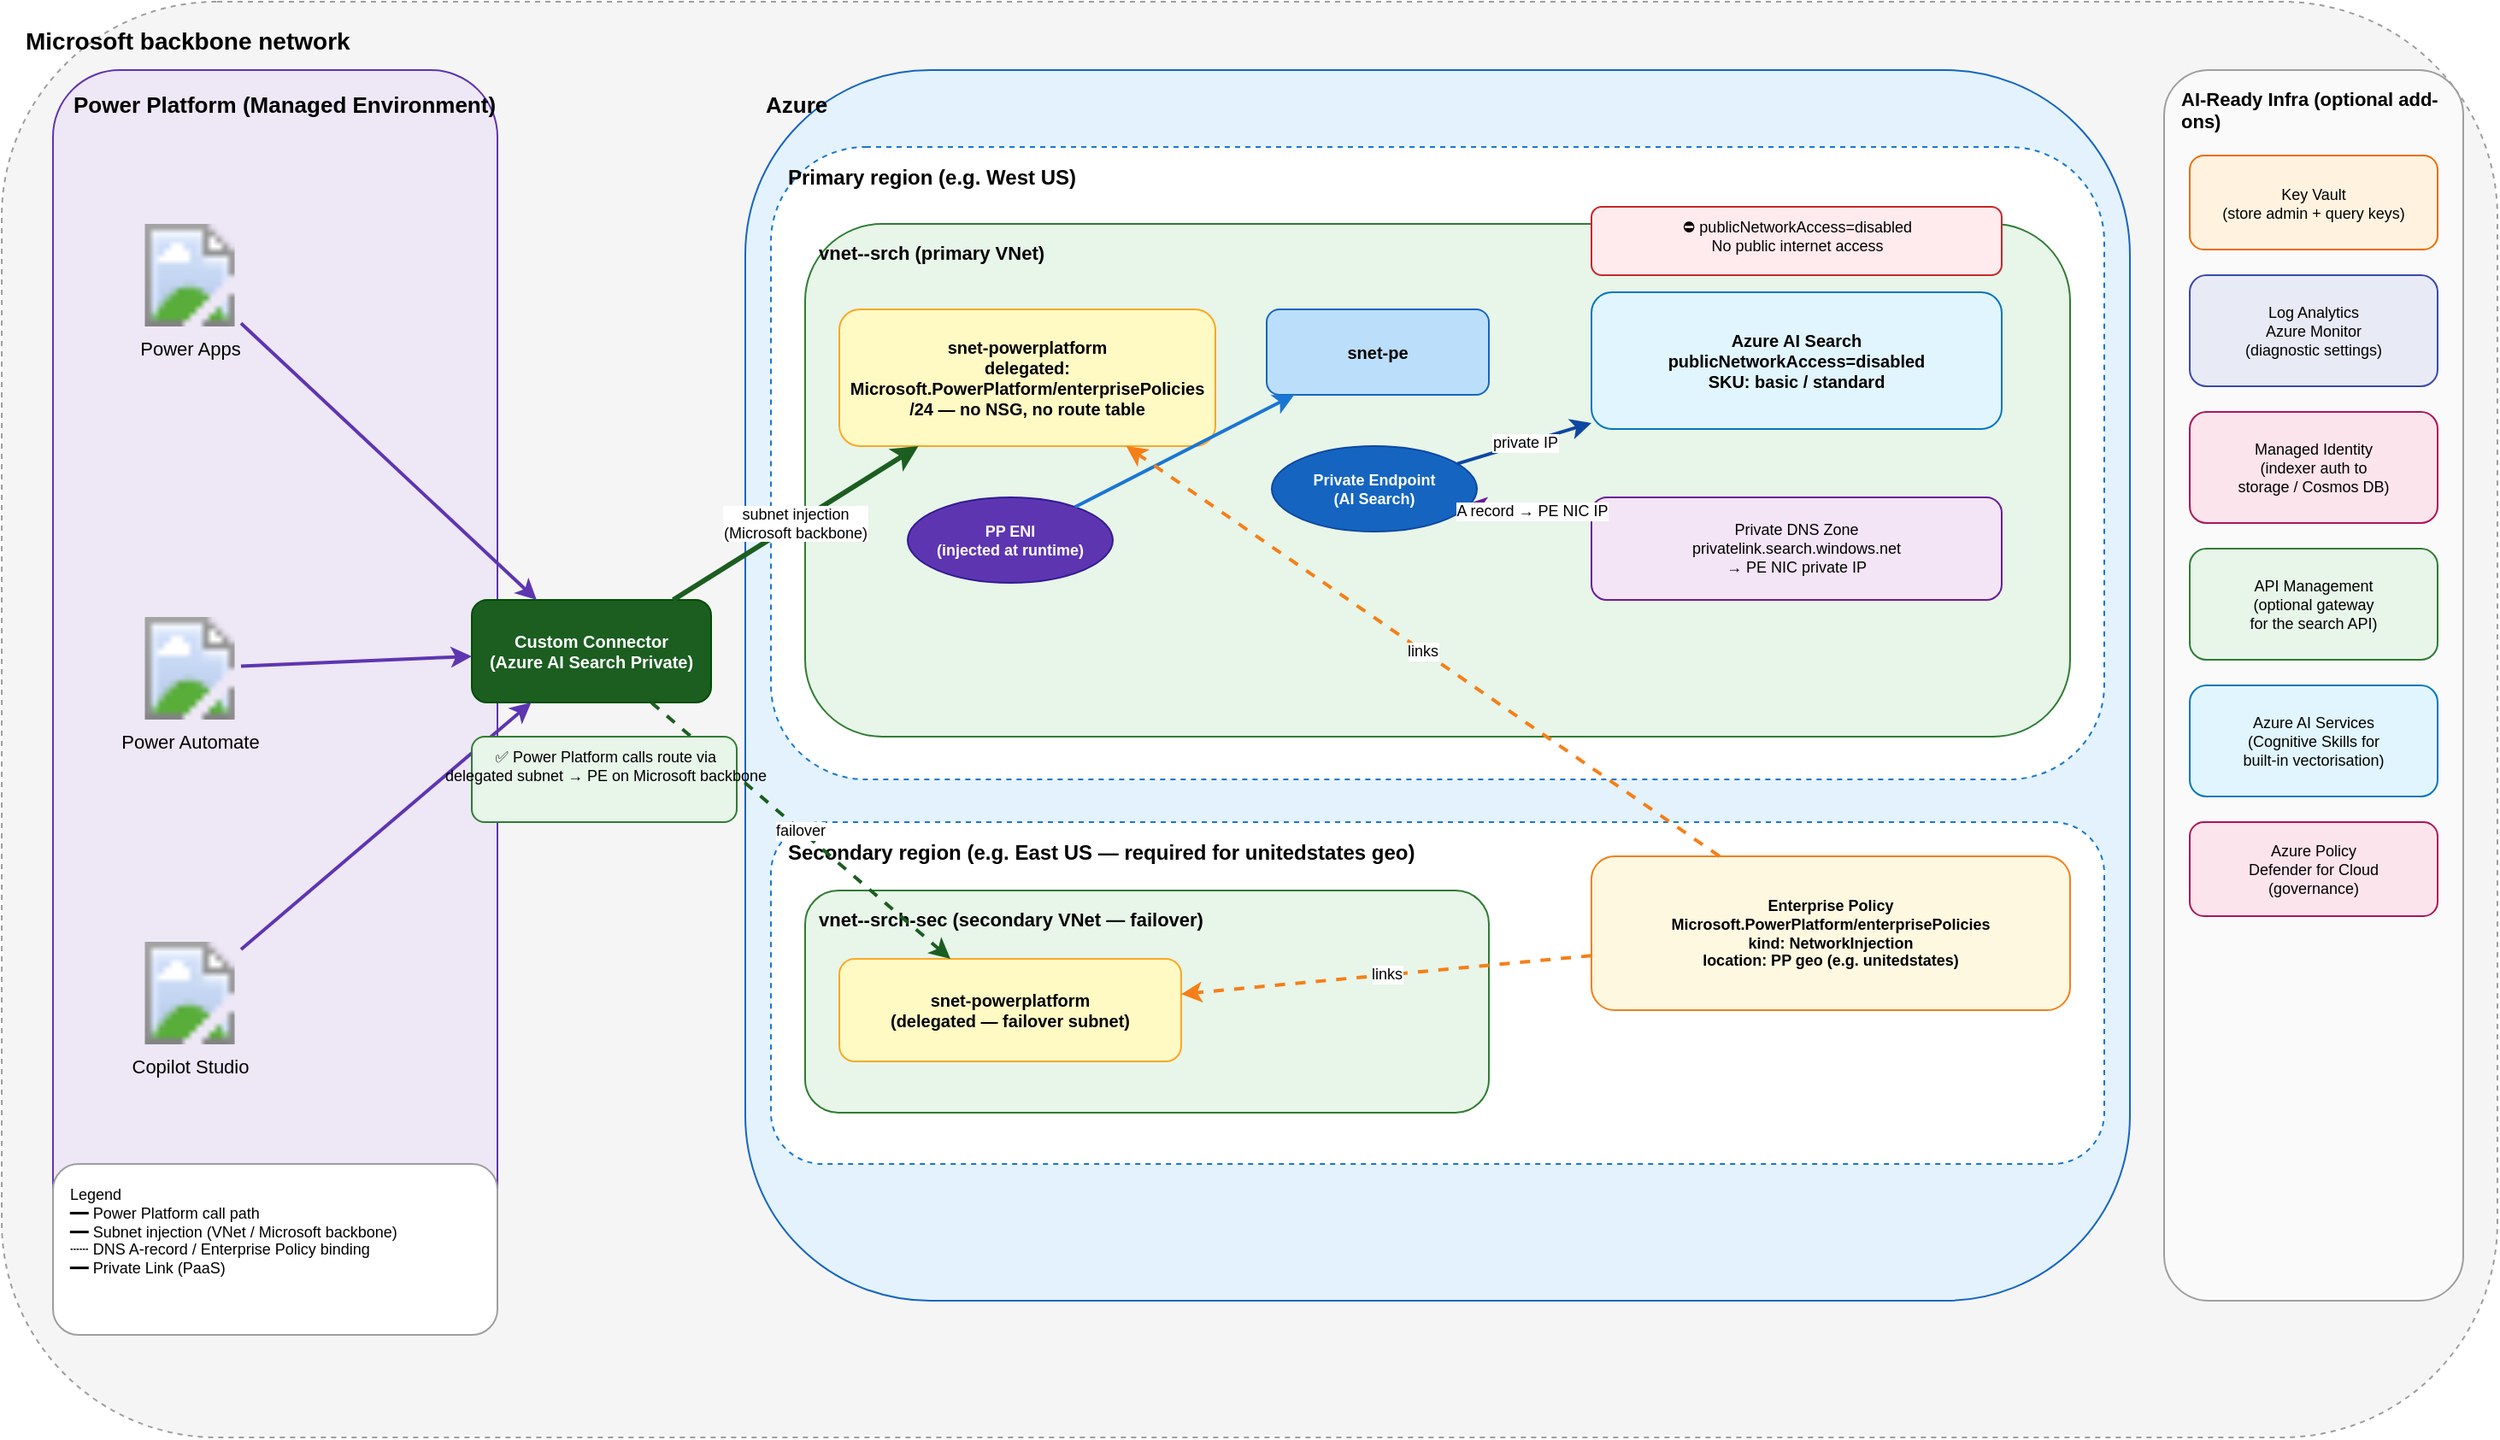
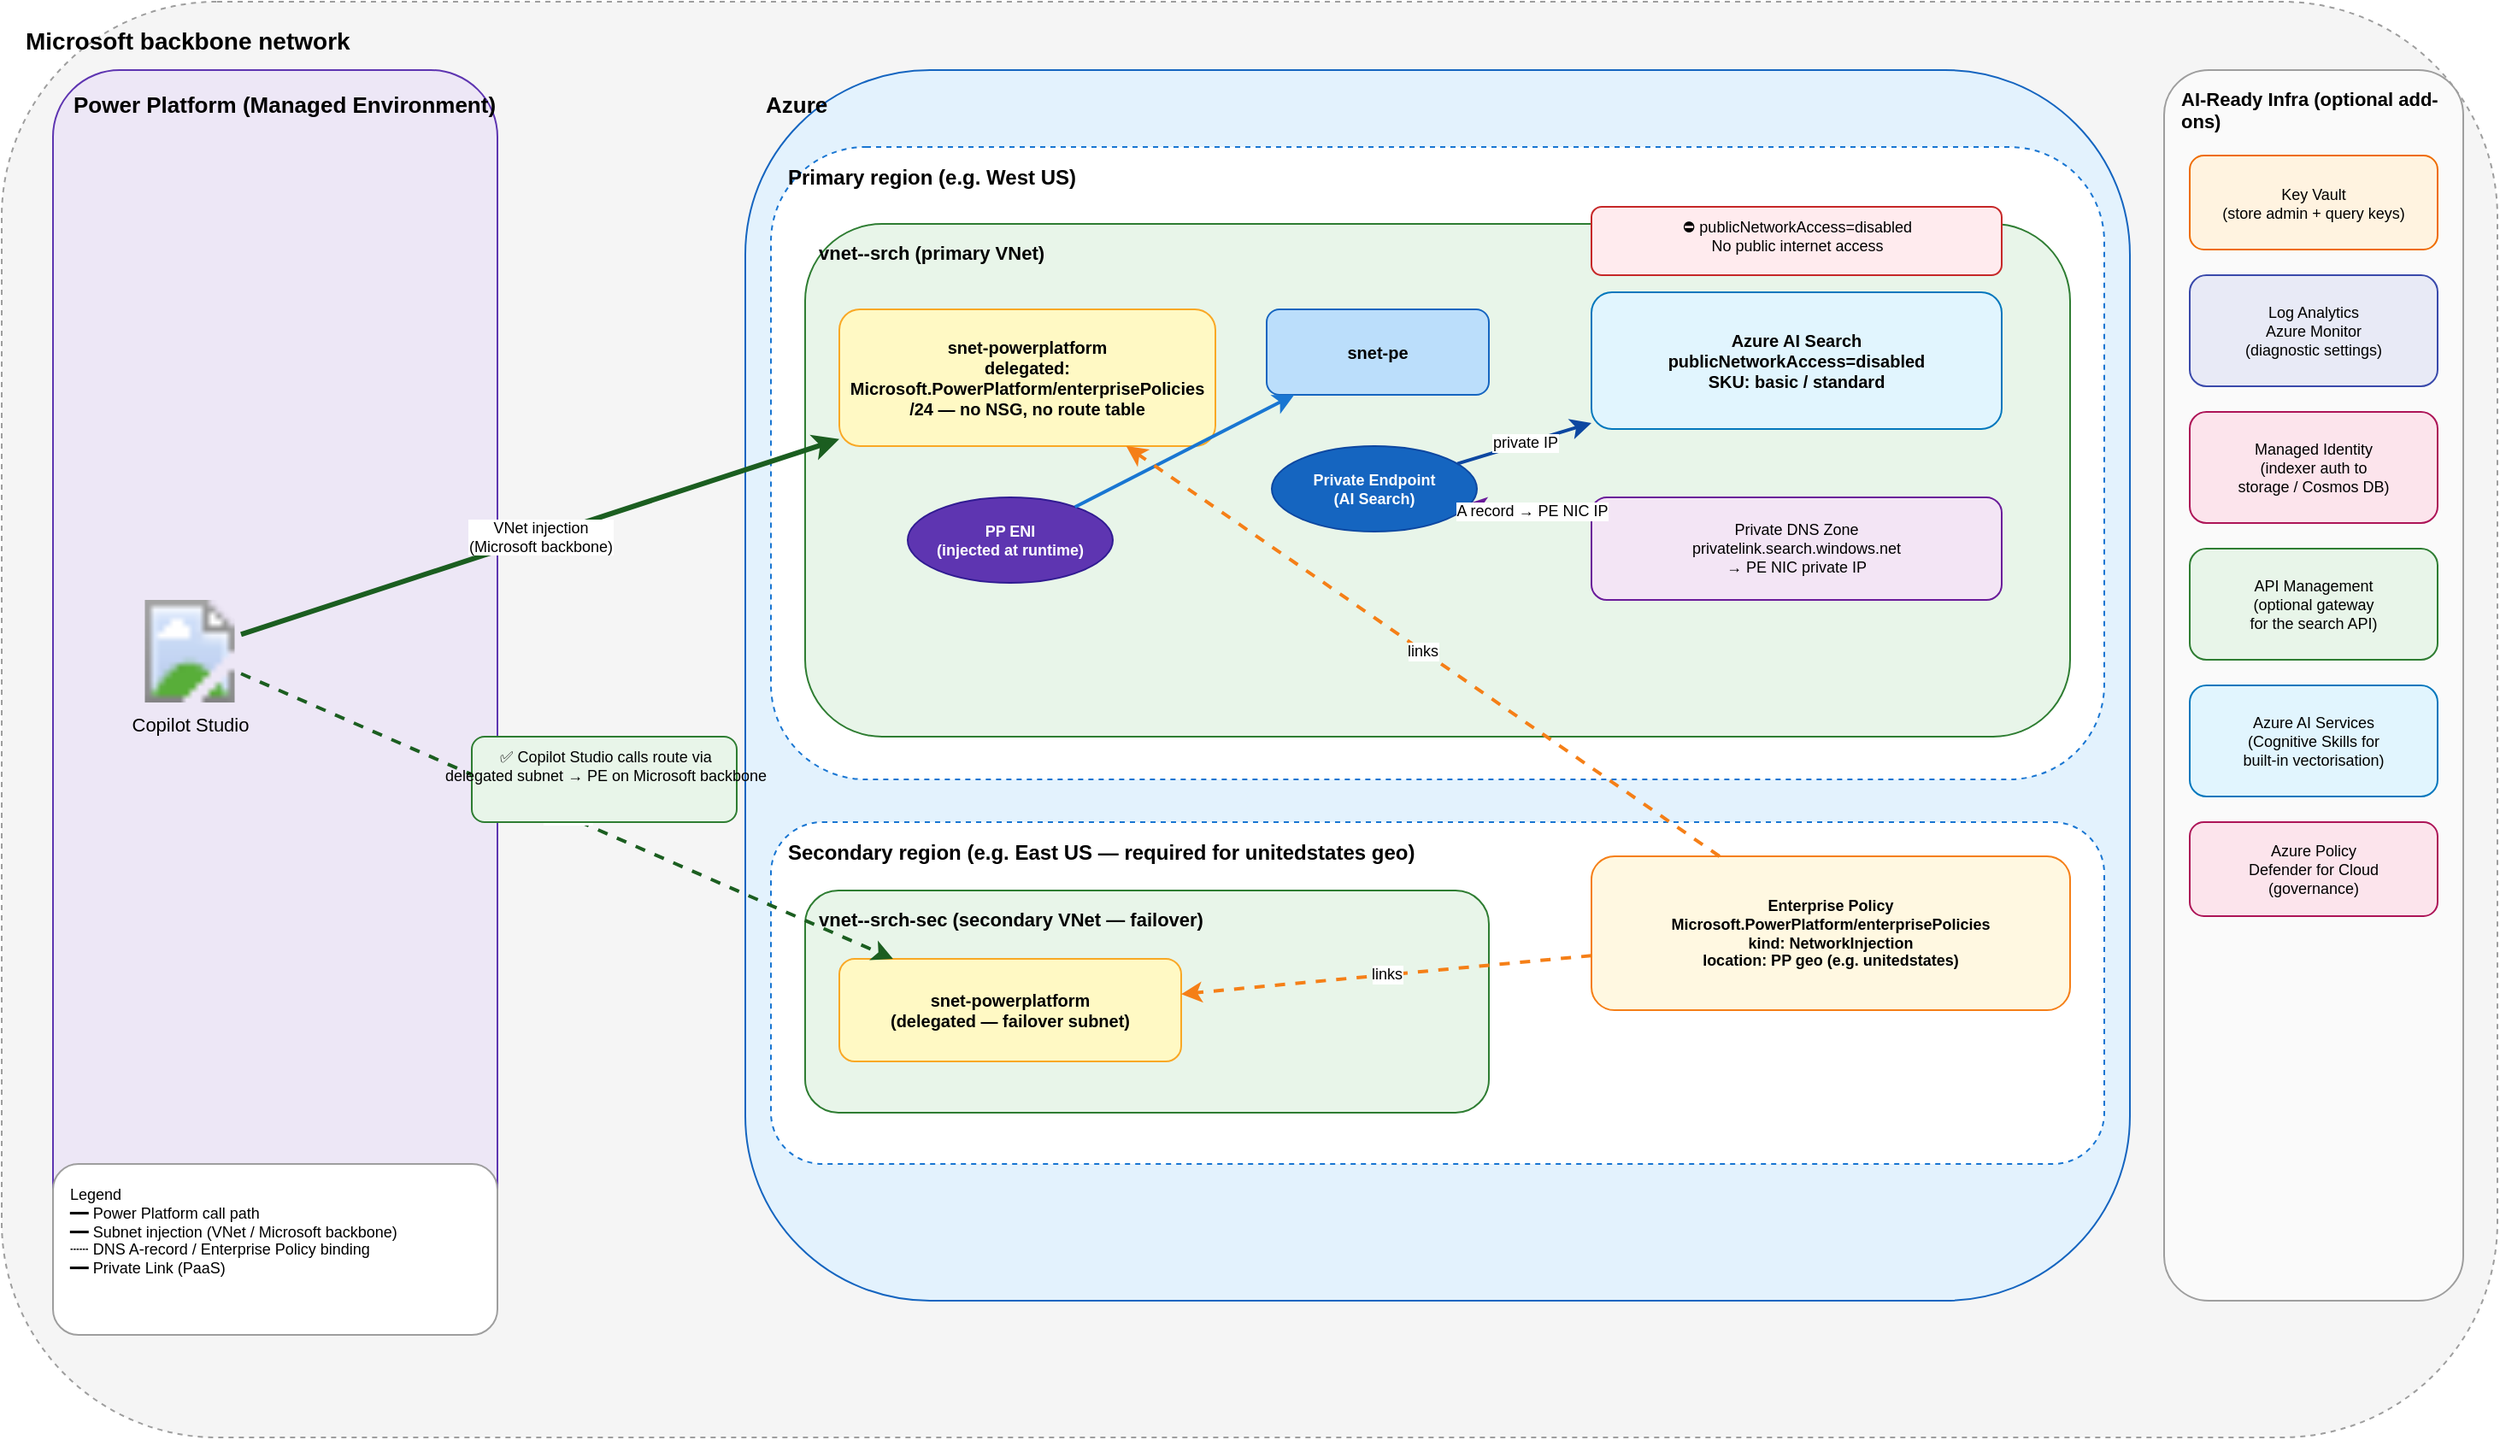
<mxfile host="app.diagrams.net" modified="2026-05-08T00:00:00.000Z" agent="copilot" version="24.0.0">
  <diagram id="aisearch-pe-pp" name="AISearch-PE-PowerPlatform">
    <mxGraphModel dx="1600" dy="900" grid="1" gridSize="10" guides="1" tooltips="1" connect="1" arrows="1" fold="1" page="1" pageScale="1" pageWidth="1500" pageHeight="900" math="0" shadow="0">
      <root>
        <mxCell id="0" />
        <mxCell id="1" parent="0" />

        <!-- ============ Outer frame: Microsoft backbone ============ -->
        <mxCell id="backbone" value="Microsoft backbone network" style="rounded=1;whiteSpace=wrap;html=1;fillColor=#F5F5F5;strokeColor=#9E9E9E;dashed=1;fontSize=14;fontStyle=1;align=left;verticalAlign=top;spacingLeft=12;spacingTop=8;" vertex="1" parent="1">
          <mxGeometry x="20" y="20" width="1460" height="840" as="geometry" />
        </mxCell>

        <!-- ============ Power Platform box ============ -->
        <mxCell id="ppBox" value="Power Platform (Managed Environment)" style="rounded=1;whiteSpace=wrap;html=1;fillColor=#EDE7F6;strokeColor=#5E35B1;fontSize=13;fontStyle=1;align=left;verticalAlign=top;spacingLeft=10;spacingTop=6;" vertex="1" parent="1">
          <mxGeometry x="50" y="60" width="260" height="720" as="geometry" />
        </mxCell>

-         <!-- Power Apps icon -->
-         <mxCell id="powerApps" value="Power Apps" style="shape=image;verticalLabelPosition=bottom;verticalAlign=top;html=1;image=img/lib/mscae/PowerApps.svg;fillColor=#742774;strokeColor=none;fontSize=11;" vertex="1" parent="1">
-           <mxGeometry x="100" y="150" width="60" height="60" as="geometry" />
-         </mxCell>
- 
-         <!-- Power Automate icon -->
-         <mxCell id="powerAutomate" value="Power Automate" style="shape=image;verticalLabelPosition=bottom;verticalAlign=top;html=1;image=img/lib/mscae/LogicApps.svg;fillColor=#0066FF;strokeColor=none;fontSize=11;" vertex="1" parent="1">
-           <mxGeometry x="100" y="380" width="60" height="60" as="geometry" />
-         </mxCell>
- 
        <!-- Copilot Studio icon -->
        <mxCell id="copilotStudio" value="Copilot Studio" style="shape=image;verticalLabelPosition=bottom;verticalAlign=top;html=1;image=img/lib/mscae/CopilotService.svg;fillColor=#5E35B1;strokeColor=none;fontSize=11;" vertex="1" parent="1">
-           <mxGeometry x="100" y="570" width="60" height="60" as="geometry" />
-         </mxCell>
- 
-         <!-- Custom connector box at the PP boundary -->
-         <mxCell id="connector" value="Custom Connector&#xa;(Azure AI Search Private)" style="rounded=1;whiteSpace=wrap;html=1;fillColor=#1B5E20;strokeColor=#004D00;fontColor=#FFFFFF;fontSize=10;fontStyle=1;align=center;" vertex="1" parent="1">
-           <mxGeometry x="295" y="370" width="140" height="60" as="geometry" />
+           <mxGeometry x="100" y="370" width="60" height="60" as="geometry" />
        </mxCell>

        <!-- ============ Azure main box ============ -->
        <mxCell id="azureBox" value="Azure" style="rounded=1;whiteSpace=wrap;html=1;fillColor=#E3F2FD;strokeColor=#1565C0;fontSize=13;fontStyle=1;align=left;verticalAlign=top;spacingLeft=10;spacingTop=6;" vertex="1" parent="1">
          <mxGeometry x="455" y="60" width="810" height="720" as="geometry" />
        </mxCell>

        <!-- ============ Primary Region ============ -->
        <mxCell id="region1" value="Primary region (e.g. West US)" style="rounded=1;whiteSpace=wrap;html=1;fillColor=#FFFFFF;strokeColor=#1976D2;dashed=1;fontSize=12;fontStyle=1;align=left;verticalAlign=top;spacingLeft=8;spacingTop=4;" vertex="1" parent="1">
          <mxGeometry x="470" y="105" width="780" height="370" as="geometry" />
        </mxCell>

        <!-- Primary VNet -->
        <mxCell id="vnet1" value="vnet-&lt;base&gt;-srch  (primary VNet)" style="rounded=1;whiteSpace=wrap;html=1;fillColor=#E8F5E9;strokeColor=#2E7D32;fontSize=11;fontStyle=1;align=left;verticalAlign=top;spacingLeft=6;spacingTop=4;" vertex="1" parent="1">
          <mxGeometry x="490" y="150" width="740" height="300" as="geometry" />
        </mxCell>

        <!-- snet-powerplatform (delegated) -->
        <mxCell id="snetPP1" value="snet-powerplatform&#xa;delegated: Microsoft.PowerPlatform/enterprisePolicies&#xa;/24 — no NSG, no route table" style="rounded=1;whiteSpace=wrap;html=1;fillColor=#FFF9C4;strokeColor=#F9A825;fontSize=10;fontStyle=1;align=center;" vertex="1" parent="1">
          <mxGeometry x="510" y="200" width="220" height="80" as="geometry" />
        </mxCell>

        <!-- PP ENI (injected by PP) -->
        <mxCell id="ppENI" value="PP ENI&#xa;(injected at runtime)" style="ellipse;whiteSpace=wrap;html=1;fillColor=#5E35B1;strokeColor=#311B92;fontColor=#FFFFFF;fontSize=9;fontStyle=1;" vertex="1" parent="1">
          <mxGeometry x="550" y="310" width="120" height="50" as="geometry" />
        </mxCell>

        <!-- snet-pe -->
        <mxCell id="snetPE" value="snet-pe" style="rounded=1;whiteSpace=wrap;html=1;fillColor=#BBDEFB;strokeColor=#1565C0;fontSize=10;fontStyle=1;" vertex="1" parent="1">
          <mxGeometry x="760" y="200" width="130" height="50" as="geometry" />
        </mxCell>

        <!-- Private Endpoint NIC -->
        <mxCell id="peNIC" value="Private Endpoint&#xa;(AI Search)" style="ellipse;whiteSpace=wrap;html=1;fillColor=#1565C0;strokeColor=#0D47A1;fontColor=#FFFFFF;fontSize=9;fontStyle=1;" vertex="1" parent="1">
          <mxGeometry x="763" y="280" width="120" height="50" as="geometry" />
        </mxCell>

        <!-- AI Search service -->
        <mxCell id="aiSearch" value="Azure AI Search&#xa;publicNetworkAccess=disabled&#xa;SKU: basic / standard" style="rounded=1;whiteSpace=wrap;html=1;fillColor=#E1F5FE;strokeColor=#0277BD;fontSize=10;fontStyle=1;align=center;" vertex="1" parent="1">
          <mxGeometry x="950" y="190" width="240" height="80" as="geometry" />
        </mxCell>

        <!-- Private DNS Zone -->
        <mxCell id="dnsZone" value="Private DNS Zone&#xa;privatelink.search.windows.net&#xa;→ PE NIC private IP" style="rounded=1;whiteSpace=wrap;html=1;fillColor=#F3E5F5;strokeColor=#6A1B9A;fontSize=9;align=center;" vertex="1" parent="1">
          <mxGeometry x="950" y="310" width="240" height="60" as="geometry" />
        </mxCell>

        <!-- ============ Secondary Region ============ -->
        <mxCell id="region2" value="Secondary region (e.g. East US — required for unitedstates geo)" style="rounded=1;whiteSpace=wrap;html=1;fillColor=#FFFFFF;strokeColor=#1976D2;dashed=1;fontSize=12;fontStyle=1;align=left;verticalAlign=top;spacingLeft=8;spacingTop=4;" vertex="1" parent="1">
          <mxGeometry x="470" y="500" width="780" height="200" as="geometry" />
        </mxCell>

        <!-- Secondary VNet -->
        <mxCell id="vnet2" value="vnet-&lt;base&gt;-srch-sec  (secondary VNet — failover)" style="rounded=1;whiteSpace=wrap;html=1;fillColor=#E8F5E9;strokeColor=#2E7D32;fontSize=11;fontStyle=1;align=left;verticalAlign=top;spacingLeft=6;spacingTop=4;" vertex="1" parent="1">
          <mxGeometry x="490" y="540" width="400" height="130" as="geometry" />
        </mxCell>

        <!-- snet-pp secondary -->
        <mxCell id="snetPP2" value="snet-powerplatform&#xa;(delegated — failover subnet)" style="rounded=1;whiteSpace=wrap;html=1;fillColor=#FFF9C4;strokeColor=#F9A825;fontSize=10;fontStyle=1;align=center;" vertex="1" parent="1">
          <mxGeometry x="510" y="580" width="200" height="60" as="geometry" />
        </mxCell>

        <!-- Enterprise Policy resource -->
        <mxCell id="entPolicy" value="Enterprise Policy&#xa;Microsoft.PowerPlatform/enterprisePolicies&#xa;kind: NetworkInjection&#xa;location: PP geo (e.g. unitedstates)" style="rounded=1;whiteSpace=wrap;html=1;fillColor=#FFF8E1;strokeColor=#F57F17;fontSize=9;fontStyle=1;align=center;" vertex="1" parent="1">
          <mxGeometry x="950" y="520" width="280" height="90" as="geometry" />
        </mxCell>

        <!-- ============ Optional: AI-Ready Infra panel ============ -->
        <mxCell id="optPanel" value="AI-Ready Infra (optional add-ons)" style="rounded=1;whiteSpace=wrap;html=1;fillColor=#FAFAFA;strokeColor=#9E9E9E;fontSize=11;fontStyle=1;align=left;verticalAlign=top;spacingLeft=8;spacingTop=4;" vertex="1" parent="1">
          <mxGeometry x="1285" y="60" width="175" height="720" as="geometry" />
        </mxCell>

        <mxCell id="kvBox" value="Key Vault&#xa;(store admin + query keys)" style="rounded=1;whiteSpace=wrap;html=1;fillColor=#FFF3E0;strokeColor=#EF6C00;fontSize=9;align=center;" vertex="1" parent="1">
          <mxGeometry x="1300" y="110" width="145" height="55" as="geometry" />
        </mxCell>

        <mxCell id="logBox" value="Log Analytics&#xa;Azure Monitor&#xa;(diagnostic settings)" style="rounded=1;whiteSpace=wrap;html=1;fillColor=#E8EAF6;strokeColor=#3949AB;fontSize=9;align=center;" vertex="1" parent="1">
          <mxGeometry x="1300" y="180" width="145" height="65" as="geometry" />
        </mxCell>

        <mxCell id="managedIdBox" value="Managed Identity&#xa;(indexer auth to&#xa;storage / Cosmos DB)" style="rounded=1;whiteSpace=wrap;html=1;fillColor=#FCE4EC;strokeColor=#AD1457;fontSize=9;align=center;" vertex="1" parent="1">
          <mxGeometry x="1300" y="260" width="145" height="65" as="geometry" />
        </mxCell>

        <mxCell id="apimBox" value="API Management&#xa;(optional gateway&#xa;for the search API)" style="rounded=1;whiteSpace=wrap;html=1;fillColor=#E8F5E9;strokeColor=#2E7D32;fontSize=9;align=center;" vertex="1" parent="1">
          <mxGeometry x="1300" y="340" width="145" height="65" as="geometry" />
        </mxCell>

        <mxCell id="cogsBox" value="Azure AI Services&#xa;(Cognitive Skills for&#xa;built-in vectorisation)" style="rounded=1;whiteSpace=wrap;html=1;fillColor=#E1F5FE;strokeColor=#0277BD;fontSize=9;align=center;" vertex="1" parent="1">
          <mxGeometry x="1300" y="420" width="145" height="65" as="geometry" />
        </mxCell>

        <mxCell id="policyBox" value="Azure Policy&#xa;Defender for Cloud&#xa;(governance)" style="rounded=1;whiteSpace=wrap;html=1;fillColor=#FCE4EC;strokeColor=#AD1457;fontSize=9;align=center;" vertex="1" parent="1">
          <mxGeometry x="1300" y="500" width="145" height="55" as="geometry" />
        </mxCell>

        <!-- ============ Connections / data flow ============ -->

-         <!-- Power Apps / Automate / Copilot Studio → Custom Connector -->
-         <mxCell id="e1" style="endArrow=classic;html=1;strokeColor=#5E35B1;strokeWidth=2;" edge="1" parent="1" source="powerApps" target="connector">
-           <mxGeometry relative="1" as="geometry" />
-         </mxCell>
-         <mxCell id="e2" style="endArrow=classic;html=1;strokeColor=#5E35B1;strokeWidth=2;" edge="1" parent="1" source="powerAutomate" target="connector">
-           <mxGeometry relative="1" as="geometry" />
-         </mxCell>
-         <mxCell id="e3" style="endArrow=classic;html=1;strokeColor=#5E35B1;strokeWidth=2;" edge="1" parent="1" source="copilotStudio" target="connector">
-           <mxGeometry relative="1" as="geometry" />
-         </mxCell>
- 
-         <!-- Custom Connector → snet-powerplatform (via Enterprise Policy / VNet injection) -->
-         <mxCell id="e4" value="subnet injection&#xa;(Microsoft backbone)" style="endArrow=classic;html=1;strokeColor=#1B5E20;strokeWidth=3;fontSize=9;labelBackgroundColor=#FFFFFF;" edge="1" parent="1" source="connector" target="snetPP1">
+         <!-- Copilot Studio → snet-powerplatform (via Enterprise Policy / VNet injection) -->
+         <mxCell id="e4" value="VNet injection&#xa;(Microsoft backbone)" style="endArrow=classic;html=1;strokeColor=#1B5E20;strokeWidth=3;fontSize=9;labelBackgroundColor=#FFFFFF;" edge="1" parent="1" source="copilotStudio" target="snetPP1">
          <mxGeometry relative="1" as="geometry" />
        </mxCell>

        <!-- Failover path to secondary subnet -->
-         <mxCell id="e5" value="failover" style="endArrow=classic;html=1;strokeColor=#1B5E20;strokeWidth=2;dashed=1;fontSize=9;labelBackgroundColor=#FFFFFF;" edge="1" parent="1" source="connector" target="snetPP2">
+         <mxCell id="e5" value="failover" style="endArrow=classic;html=1;strokeColor=#1B5E20;strokeWidth=2;dashed=1;fontSize=9;labelBackgroundColor=#FFFFFF;" edge="1" parent="1" source="copilotStudio" target="snetPP2">
          <mxGeometry relative="1" as="geometry" />
        </mxCell>

        <!-- PP ENI → snet-pe (intra-VNet routing) -->
        <mxCell id="e6" style="endArrow=classic;html=1;strokeColor=#1976D2;strokeWidth=2;" edge="1" parent="1" source="ppENI" target="snetPE">
          <mxGeometry relative="1" as="geometry" />
        </mxCell>

        <!-- PE NIC → AI Search (private link) -->
        <mxCell id="e7" value="private IP" style="endArrow=classic;html=1;strokeColor=#0D47A1;strokeWidth=2;fontSize=9;labelBackgroundColor=#FFFFFF;" edge="1" parent="1" source="peNIC" target="aiSearch">
          <mxGeometry relative="1" as="geometry" />
        </mxCell>

        <!-- DNS zone → PE NIC (A record resolution) -->
        <mxCell id="e8" value="A record → PE NIC IP" style="endArrow=classic;html=1;strokeColor=#6A1B9A;strokeWidth=1;dashed=1;fontSize=9;labelBackgroundColor=#FFFFFF;" edge="1" parent="1" source="dnsZone" target="peNIC">
          <mxGeometry relative="1" as="geometry" />
        </mxCell>

        <!-- Enterprise Policy links → both delegated subnets -->
        <mxCell id="e9" value="links" style="endArrow=classic;html=1;strokeColor=#F57F17;strokeWidth=2;dashed=1;fontSize=9;labelBackgroundColor=#FFFFFF;" edge="1" parent="1" source="entPolicy" target="snetPP1">
          <mxGeometry relative="1" as="geometry" />
        </mxCell>
        <mxCell id="e10" value="links" style="endArrow=classic;html=1;strokeColor=#F57F17;strokeWidth=2;dashed=1;fontSize=9;labelBackgroundColor=#FFFFFF;" edge="1" parent="1" source="entPolicy" target="snetPP2">
          <mxGeometry relative="1" as="geometry" />
        </mxCell>

        <!-- ============ Annotations ============ -->
        <mxCell id="lockNote" value="⛔ publicNetworkAccess=disabled&#xa;No public internet access" style="text;html=1;align=center;strokeColor=#C62828;fillColor=#FFEBEE;rounded=1;fontSize=9;" vertex="1" parent="1">
          <mxGeometry x="950" y="140" width="240" height="40" as="geometry" />
        </mxCell>

-         <mxCell id="ppNote" value="✅ Power Platform calls route via&#xa;delegated subnet → PE on Microsoft backbone" style="text;html=1;align=center;strokeColor=#2E7D32;fillColor=#E8F5E9;rounded=1;fontSize=9;" vertex="1" parent="1">
+         <mxCell id="ppNote" value="&#x2705; Copilot Studio calls route via&#xa;delegated subnet &#x2192; PE on Microsoft backbone" style="text;html=1;align=center;strokeColor=#2E7D32;fillColor=#E8F5E9;rounded=1;fontSize=9;" vertex="1" parent="1">
          <mxGeometry x="295" y="450" width="155" height="50" as="geometry" />
        </mxCell>

        <!-- Legend -->
        <mxCell id="legend" value="Legend&#xa;━━  Power Platform call path&#xa;━━  Subnet injection (VNet / Microsoft backbone)&#xa;┄┄  DNS A-record / Enterprise Policy binding&#xa;━━  Private Link (PaaS)" style="rounded=1;whiteSpace=wrap;html=1;fillColor=#FFFFFF;strokeColor=#9E9E9E;fontSize=9;align=left;verticalAlign=top;spacingLeft=8;spacingTop=6;" vertex="1" parent="1">
          <mxGeometry x="50" y="700" width="260" height="100" as="geometry" />
        </mxCell>

      </root>
    </mxGraphModel>
  </diagram>
</mxfile>
